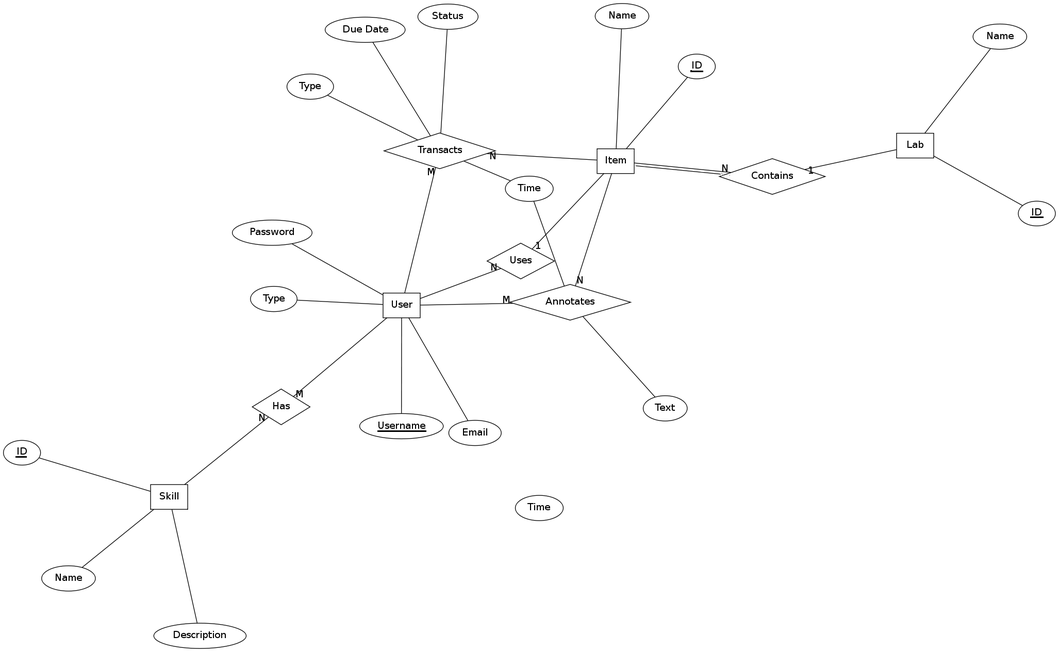
Before: doc/er.png, a diagram exported from Graphviz (blueminder/labgrind). Its source is kept beside it as doc/er.dot. Its diagram source:
```dot
digraph G {
	graph [overlap="scalexy"];
	edge [arrowhead="none"];
	/* Entities */
	node [shape="rect"];
	Item;
	Lab;
	Skill;
	User;

	/* Relationships */
	node [shape="diamond"];
	Skill_User [label="Has"];
	User -> Skill_User [headlabel="M"];
	Skill_User -> Skill [taillabel="N"];

	Transaction [label="Transacts"];
	User -> Transaction [headlabel="M"];
	Item -> Transaction [headlabel="N"];

	Annotation [label="Annotates"];
	User -> Annotation [headlabel="M"];
	Item -> Annotation [headlabel="N"];

	Item_User [label="Uses"];
	User -> Item_User [headlabel="N"];
	Item_User -> Item [taillabel="1"];

	Item_Lab [label="Contains"];
	Item -> Item_Lab [headlabel="N"];
	Item_Lab -> Lab [taillabel="1"];

	/* Attributes */
	node [shape="ellipse"];
	Text -> Annotation;
	Description -> Skill;
	Type -> Transaction;
	Time -> Transaction;
	Status -> Transaction;
	"Due Date" -> Transaction;

	Username -> User;
	Email -> User;
	Password -> User;
	TypeN [label="Type"];
	TypeN -> User;
	TimeN [label="Time"];
	Time -> Annotation;

	node [label="Name"];
	NameItem -> Item;
	NameLab -> Lab;
	NameSkill -> Skill;

	node [label=<<U>ID</U>>];
	IDItem -> Item;
	IDLab -> Lab;
	IDSkill -> Skill;
}
```
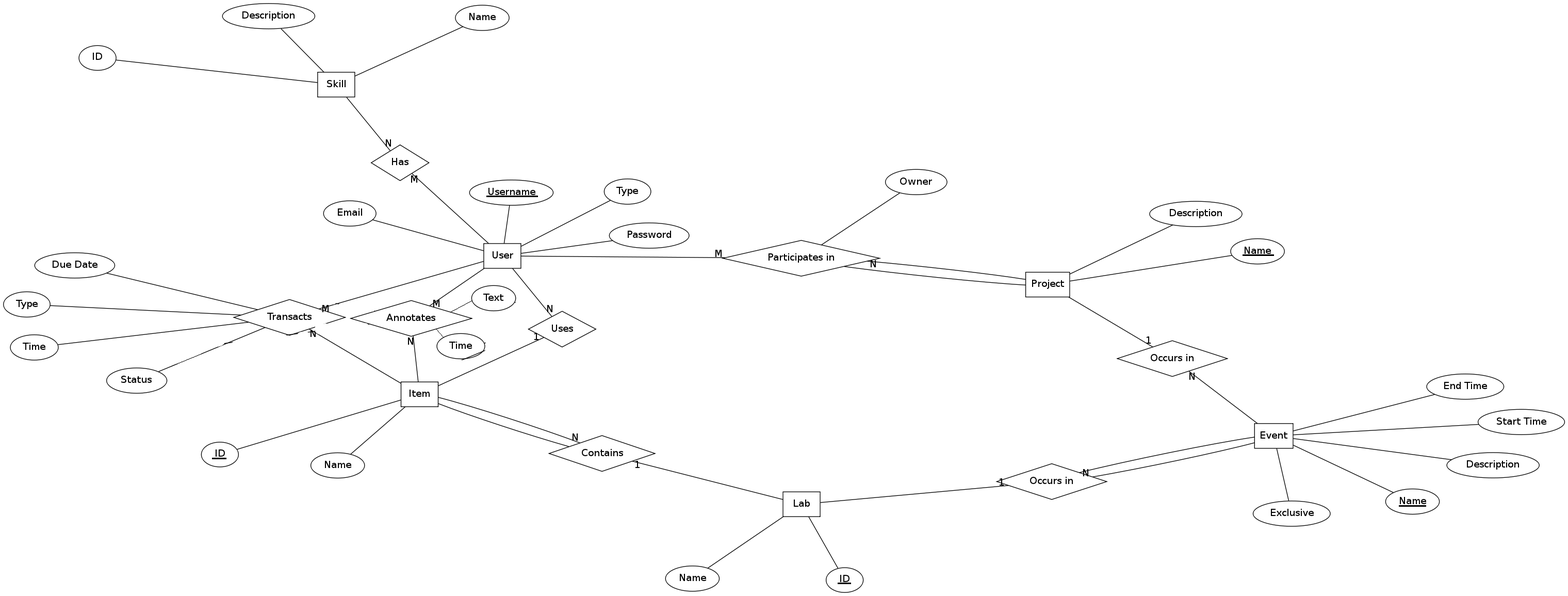
After the change.

Commit message:
ER diagram. Life sucks.

The edit, as a diff of the source:
```diff
@@ -7,6 +7,8 @@
 	Lab;
 	Skill;
 	User;
+	Event;
+	Project;
 
 	/* Relationships */
 	node [shape="diamond"];
@@ -18,39 +20,64 @@
 	User -> Transaction [headlabel="M"];
 	Item -> Transaction [headlabel="N"];
 
+	Item_User [label="Uses"];
+	User -> Item_User [headlabel="N"];
+	Item_User -> Item [taillabel="1"];
+
 	Annotation [label="Annotates"];
 	User -> Annotation [headlabel="M"];
 	Item -> Annotation [headlabel="N"];
 
-	Item_User [label="Uses"];
-	User -> Item_User [headlabel="N"];
-	Item_User -> Item [taillabel="1"];
-
 	Item_Lab [label="Contains"];
 	Item -> Item_Lab [headlabel="N"];
+	Item -> Item_Lab;
 	Item_Lab -> Lab [taillabel="1"];
+
+	Event_Lab [label="Occurs in"]
+	Event -> Event_Lab;
+	Event -> Event_Lab [headlabel="N"];
+	Event_Lab -> Lab [taillabel="1"];
+
+	Event_Project [label="Occurs in"]
+	Event -> Event_Project [headlabel="N"];
+	Event_Project -> Project [taillabel="1"];
+
+	Project_User [label="Participates in"]
+	Project -> Project_User;
+	Project -> Project_User [headlabel="N"];
+	Project_User -> User [taillabel="M"];
 
 	/* Attributes */
 	node [shape="ellipse"];
 	Text -> Annotation;
-	Description -> Skill;
+	"Start Time" -> Event;
+	"End Time" -> Event;
+	"Exclusive" -> Event;
+	"Owner" -> Project_User;
 	Type -> Transaction;
 	Time -> Transaction;
 	Status -> Transaction;
 	"Due Date" -> Transaction;
-
 	Username -> User;
 	Email -> User;
 	Password -> User;
+
 	TypeN [label="Type"];
 	TypeN -> User;
 	TimeN [label="Time"];
-	Time -> Annotation;
+	TimeN -> Annotation;
 
 	node [label="Name"];
 	NameItem -> Item;
 	NameLab -> Lab;
 	NameSkill -> Skill;
+	NameProject -> Project;
+	NameEvent -> Event;
+
+	node [label="Description"];
+	SkillDescription -> Skill;
+	ProjectDescription -> Project;
+	EventDescription -> Event;
 
 	node [label=<<U>ID</U>>];
 	IDItem -> Item;
```
